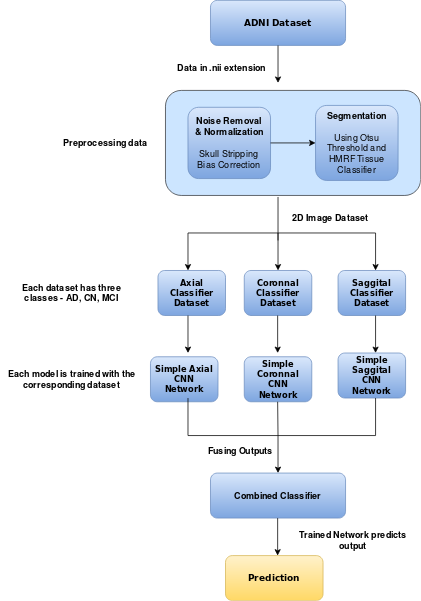
Above: Images/Multiple_Classifer_Architecture.png in natli-think/Alzheimers_Disease_Detection_Using_Deep_Learning (draw.io), before the change. Source tidied: cells renumbered, new cells last; positions are measured from the earlier drawing's top-left corner, leaving out a move shared by most shapes.
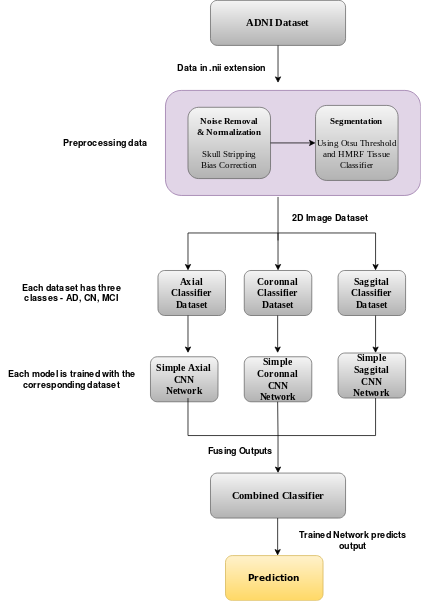
After the change.

Commit message:
Update flowchart-font

The edit, as a diff of the source:
```diff
@@ -2,7 +2,7 @@
   <root>
     <mxCell id="0" />
     <mxCell id="1" parent="0" />
-    <mxCell id="2" value="&lt;font face=&quot;Sans Serif&quot;&gt;&lt;b&gt;ADNI Dataset&lt;br&gt;&lt;/b&gt;&lt;/font&gt;" style="rounded=1;whiteSpace=wrap;html=1;fillColor=#dae8fc;gradientColor=#7ea6e0;strokeColor=#6c8ebf;" parent="1" vertex="1">
+    <mxCell id="2" value="&lt;font style=&quot;font-size: 14px&quot; face=&quot;Times New Roman&quot;&gt;&lt;b&gt;ADNI Dataset&lt;br&gt;&lt;/b&gt;&lt;/font&gt;" style="rounded=1;whiteSpace=wrap;html=1;fillColor=#f5f5f5;gradientColor=#b3b3b3;strokeColor=#666666;" parent="1" vertex="1">
       <mxGeometry x="280" width="180" height="60" as="geometry" />
     </mxCell>
     <mxCell id="3" style="endArrow=classic;html=1;strokeColor=#000000;fillColor=#000000;exitX=0.5;exitY=1;exitDx=0;exitDy=0;" parent="1" edge="1" source="2">
@@ -13,13 +13,13 @@
     <mxCell id="4" value="&lt;b&gt;Data in .nii extension&lt;/b&gt;" style="text;html=1;strokeColor=none;fillColor=none;align=center;verticalAlign=middle;whiteSpace=wrap;rounded=0;" parent="1" vertex="1">
       <mxGeometry x="230" y="80" width="130" height="20" as="geometry" />
     </mxCell>
-    <mxCell id="5" style="rounded=1;whiteSpace=wrap;html=1;fillColor=#cce5ff;strokeColor=#36393d;" parent="1" vertex="1">
+    <mxCell id="5" style="rounded=1;whiteSpace=wrap;html=1;fillColor=#e1d5e7;strokeColor=#9673a6;" parent="1" vertex="1">
       <mxGeometry x="220" y="120" width="340" height="140" as="geometry" />
     </mxCell>
-    <mxCell id="6" value="&lt;div&gt;&lt;b&gt;Noise Removal&lt;/b&gt;&lt;/div&gt;&lt;div&gt;&lt;b&gt;&amp;amp; Normalization&lt;/b&gt;&lt;br&gt;&lt;/div&gt;&lt;div&gt;&lt;br&gt;&lt;/div&gt;&lt;div&gt;Skull Stripping&lt;/div&gt;&lt;div&gt;Bias Correction&lt;br&gt;&lt;/div&gt;" style="rounded=1;whiteSpace=wrap;html=1;fillColor=#dae8fc;gradientColor=#7ea6e0;strokeColor=#6c8ebf;" parent="1" vertex="1">
+    <mxCell id="6" value="&lt;div&gt;&lt;font face=&quot;Times New Roman&quot;&gt;&lt;b&gt;Noise Removal&lt;/b&gt;&lt;/font&gt;&lt;/div&gt;&lt;div&gt;&lt;font face=&quot;Times New Roman&quot;&gt;&lt;b&gt;&amp;amp; Normalization&lt;/b&gt;&lt;br&gt;&lt;/font&gt;&lt;/div&gt;&lt;div&gt;&lt;font face=&quot;Times New Roman&quot;&gt;&lt;br&gt;&lt;/font&gt;&lt;/div&gt;&lt;div&gt;&lt;font face=&quot;Times New Roman&quot;&gt;Skull Stripping&lt;/font&gt;&lt;/div&gt;&lt;div&gt;&lt;font face=&quot;Times New Roman&quot;&gt;Bias Correction&lt;br&gt;&lt;/font&gt;&lt;/div&gt;" style="rounded=1;whiteSpace=wrap;html=1;fillColor=#f5f5f5;gradientColor=#b3b3b3;strokeColor=#666666;" parent="1" vertex="1">
       <mxGeometry x="250" y="142.5" width="110" height="95" as="geometry" />
     </mxCell>
-    <mxCell id="7" value="&lt;div&gt;&lt;b&gt;Segmentation&lt;br&gt;&lt;/b&gt;&lt;/div&gt;&lt;div&gt;&lt;br&gt;&lt;/div&gt;&lt;div&gt;Using Otsu Threshold and HMRF Tissue Classifier&lt;br&gt;&lt;/div&gt;" style="rounded=1;whiteSpace=wrap;html=1;fillColor=#dae8fc;gradientColor=#7ea6e0;strokeColor=#6c8ebf;" parent="1" vertex="1">
+    <mxCell id="7" value="&lt;div&gt;&lt;font face=&quot;Times New Roman&quot;&gt;&lt;b&gt;Segmentation&lt;br&gt;&lt;/b&gt;&lt;/font&gt;&lt;/div&gt;&lt;div&gt;&lt;font face=&quot;Times New Roman&quot;&gt;&lt;br&gt;&lt;/font&gt;&lt;/div&gt;&lt;div&gt;&lt;font face=&quot;Times New Roman&quot;&gt;Using Otsu Threshold and HMRF Tissue Classifier&lt;br&gt;&lt;/font&gt;&lt;/div&gt;" style="rounded=1;whiteSpace=wrap;html=1;fillColor=#f5f5f5;gradientColor=#b3b3b3;strokeColor=#666666;" parent="1" vertex="1">
       <mxGeometry x="420" y="140" width="110" height="100" as="geometry" />
     </mxCell>
     <mxCell id="8" style="endArrow=classic;html=1;strokeColor=#000000;fillColor=#000000;" parent="1" edge="1" source="5">
@@ -68,13 +68,13 @@
     <mxCell id="16" value="&lt;b&gt;2D Image Dataset&lt;/b&gt;" style="text;html=1;strokeColor=none;fillColor=none;align=center;verticalAlign=middle;whiteSpace=wrap;rounded=0;" parent="1" vertex="1">
       <mxGeometry x="360" y="280" width="160" height="20" as="geometry" />
     </mxCell>
-    <mxCell id="17" value="&lt;div style=&quot;font-size: 11px&quot;&gt;&lt;font face=&quot;Sans Serif&quot;&gt;&lt;b&gt;&lt;font style=&quot;font-size: 11px&quot;&gt;Axial&lt;/font&gt;&lt;/b&gt;&lt;/font&gt;&lt;/div&gt;&lt;div style=&quot;font-size: 11px&quot;&gt;&lt;font face=&quot;Sans Serif&quot;&gt;&lt;b&gt;&lt;font style=&quot;font-size: 11px&quot;&gt;Classifier&lt;/font&gt;&lt;/b&gt;&lt;/font&gt;&lt;/div&gt;&lt;div style=&quot;font-size: 11px&quot;&gt;&lt;font face=&quot;Sans Serif&quot;&gt;&lt;b&gt;&lt;font style=&quot;font-size: 11px&quot;&gt;Dataset&lt;/font&gt;&lt;/b&gt;&lt;/font&gt;&lt;br&gt;&lt;/div&gt;" style="rounded=1;whiteSpace=wrap;html=1;fillColor=#dae8fc;gradientColor=#7ea6e0;strokeColor=#6c8ebf;" parent="1" vertex="1">
+    <mxCell id="17" value="&lt;div style=&quot;font-size: 13px&quot;&gt;&lt;font style=&quot;font-size: 13px&quot; face=&quot;Times New Roman&quot;&gt;&lt;b&gt;&lt;font style=&quot;font-size: 13px&quot;&gt;Axial&lt;/font&gt;&lt;/b&gt;&lt;/font&gt;&lt;/div&gt;&lt;div style=&quot;font-size: 13px&quot;&gt;&lt;font style=&quot;font-size: 13px&quot; face=&quot;Times New Roman&quot;&gt;&lt;b&gt;&lt;font style=&quot;font-size: 13px&quot;&gt;Classifier&lt;/font&gt;&lt;/b&gt;&lt;/font&gt;&lt;/div&gt;&lt;div style=&quot;font-size: 13px&quot;&gt;&lt;font style=&quot;font-size: 13px&quot; face=&quot;Times New Roman&quot;&gt;&lt;b&gt;&lt;font style=&quot;font-size: 13px&quot;&gt;Dataset&lt;/font&gt;&lt;/b&gt;&lt;br&gt;&lt;/font&gt;&lt;/div&gt;" style="rounded=1;whiteSpace=wrap;html=1;fillColor=#f5f5f5;gradientColor=#b3b3b3;strokeColor=#666666;" parent="1" vertex="1">
       <mxGeometry x="210" y="360" width="90" height="60" as="geometry" />
     </mxCell>
-    <mxCell id="18" value="&lt;div style=&quot;font-size: 11px&quot;&gt;&lt;font face=&quot;Sans Serif&quot;&gt;&lt;b&gt;&lt;font style=&quot;font-size: 11px&quot;&gt;Coronnal&lt;/font&gt;&lt;/b&gt;&lt;/font&gt;&lt;/div&gt;&lt;div style=&quot;font-size: 11px&quot;&gt;&lt;font face=&quot;Sans Serif&quot;&gt;&lt;b&gt;&lt;font style=&quot;font-size: 11px&quot;&gt;Classifier&lt;/font&gt;&lt;/b&gt;&lt;/font&gt;&lt;/div&gt;&lt;div style=&quot;font-size: 11px&quot;&gt;&lt;font face=&quot;Sans Serif&quot;&gt;&lt;b&gt;&lt;font style=&quot;font-size: 11px&quot;&gt;Dataset&lt;/font&gt;&lt;/b&gt;&lt;/font&gt;&lt;br&gt;&lt;/div&gt;" style="rounded=1;whiteSpace=wrap;html=1;fillColor=#dae8fc;gradientColor=#7ea6e0;strokeColor=#6c8ebf;" parent="1" vertex="1">
+    <mxCell id="18" value="&lt;div style=&quot;font-size: 13px&quot;&gt;&lt;font style=&quot;font-size: 13px&quot; face=&quot;Times New Roman&quot;&gt;&lt;b&gt;&lt;font style=&quot;font-size: 13px&quot;&gt;Coronnal&lt;/font&gt;&lt;/b&gt;&lt;/font&gt;&lt;/div&gt;&lt;div style=&quot;font-size: 13px&quot;&gt;&lt;font style=&quot;font-size: 13px&quot; face=&quot;Times New Roman&quot;&gt;&lt;b&gt;&lt;font style=&quot;font-size: 13px&quot;&gt;Classifier&lt;/font&gt;&lt;/b&gt;&lt;/font&gt;&lt;/div&gt;&lt;div style=&quot;font-size: 13px&quot;&gt;&lt;font style=&quot;font-size: 13px&quot; face=&quot;Times New Roman&quot;&gt;&lt;b&gt;&lt;font style=&quot;font-size: 13px&quot;&gt;Dataset&lt;/font&gt;&lt;/b&gt;&lt;br&gt;&lt;/font&gt;&lt;/div&gt;" style="rounded=1;whiteSpace=wrap;html=1;fillColor=#f5f5f5;gradientColor=#b3b3b3;strokeColor=#666666;" parent="1" vertex="1">
       <mxGeometry x="325" y="360" width="90" height="60" as="geometry" />
     </mxCell>
-    <mxCell id="19" value="&lt;div style=&quot;font-size: 11px&quot;&gt;&lt;font face=&quot;Sans Serif&quot;&gt;&lt;b&gt;&lt;font style=&quot;font-size: 11px&quot;&gt;Saggital&lt;/font&gt;&lt;/b&gt;&lt;/font&gt;&lt;/div&gt;&lt;div style=&quot;font-size: 11px&quot;&gt;&lt;font face=&quot;Sans Serif&quot;&gt;&lt;b&gt;&lt;font style=&quot;font-size: 11px&quot;&gt;Classifier&lt;/font&gt;&lt;/b&gt;&lt;/font&gt;&lt;/div&gt;&lt;div style=&quot;font-size: 11px&quot;&gt;&lt;font face=&quot;Sans Serif&quot;&gt;&lt;b&gt;&lt;font style=&quot;font-size: 11px&quot;&gt;Dataset&lt;/font&gt;&lt;/b&gt;&lt;/font&gt;&lt;br&gt;&lt;/div&gt;" style="rounded=1;whiteSpace=wrap;html=1;fillColor=#dae8fc;gradientColor=#7ea6e0;strokeColor=#6c8ebf;" parent="1" vertex="1">
+    <mxCell id="19" value="&lt;div style=&quot;font-size: 13px&quot;&gt;&lt;font style=&quot;font-size: 13px&quot; face=&quot;Times New Roman&quot;&gt;&lt;b&gt;&lt;font style=&quot;font-size: 13px&quot;&gt;Saggital&lt;/font&gt;&lt;/b&gt;&lt;/font&gt;&lt;/div&gt;&lt;div style=&quot;font-size: 13px&quot;&gt;&lt;font style=&quot;font-size: 13px&quot; face=&quot;Times New Roman&quot;&gt;&lt;b&gt;&lt;font style=&quot;font-size: 13px&quot;&gt;Classifier&lt;/font&gt;&lt;/b&gt;&lt;/font&gt;&lt;/div&gt;&lt;div style=&quot;font-size: 13px&quot;&gt;&lt;font style=&quot;font-size: 13px&quot; face=&quot;Times New Roman&quot;&gt;&lt;b&gt;&lt;font style=&quot;font-size: 13px&quot;&gt;Dataset&lt;/font&gt;&lt;/b&gt;&lt;br&gt;&lt;/font&gt;&lt;/div&gt;" style="rounded=1;whiteSpace=wrap;html=1;fillColor=#f5f5f5;gradientColor=#b3b3b3;strokeColor=#666666;" parent="1" vertex="1">
       <mxGeometry x="450" y="360" width="90" height="60" as="geometry" />
     </mxCell>
     <mxCell id="20" value="&lt;b&gt;Each dataset has three classes - AD, CN, MCI&lt;/b&gt;" style="text;html=1;strokeColor=none;fillColor=none;align=center;verticalAlign=middle;whiteSpace=wrap;rounded=0;" parent="1" vertex="1">
@@ -98,13 +98,13 @@
         <mxPoint x="500" y="470" as="targetPoint" />
       </mxGeometry>
     </mxCell>
-    <mxCell id="24" value="&lt;div style=&quot;font-size: 11px&quot;&gt;&lt;font face=&quot;Sans Serif&quot;&gt;&lt;b&gt;&lt;font style=&quot;font-size: 11px&quot;&gt;Simple Axial&lt;/font&gt;&lt;/b&gt;&lt;/font&gt;&lt;/div&gt;&lt;div style=&quot;font-size: 11px&quot;&gt;&lt;font face=&quot;Sans Serif&quot;&gt;&lt;b&gt;&lt;font style=&quot;font-size: 11px&quot;&gt;CNN&lt;/font&gt;&lt;/b&gt;&lt;/font&gt;&lt;/div&gt;&lt;div style=&quot;font-size: 11px&quot;&gt;&lt;font face=&quot;Sans Serif&quot;&gt;&lt;b&gt;Network&lt;/b&gt;&lt;/font&gt;&lt;br&gt;&lt;/div&gt;" style="rounded=1;whiteSpace=wrap;html=1;fillColor=#dae8fc;gradientColor=#7ea6e0;strokeColor=#6c8ebf;" parent="1" vertex="1">
+    <mxCell id="24" value="&lt;div style=&quot;font-size: 13px&quot;&gt;&lt;font style=&quot;font-size: 13px&quot; face=&quot;Times New Roman&quot;&gt;&lt;b&gt;&lt;font style=&quot;font-size: 13px&quot;&gt;Simple Axial&lt;/font&gt;&lt;/b&gt;&lt;/font&gt;&lt;/div&gt;&lt;div style=&quot;font-size: 13px&quot;&gt;&lt;font style=&quot;font-size: 13px&quot; face=&quot;Times New Roman&quot;&gt;&lt;b&gt;&lt;font style=&quot;font-size: 13px&quot;&gt;CNN&lt;/font&gt;&lt;/b&gt;&lt;/font&gt;&lt;/div&gt;&lt;div style=&quot;font-size: 13px&quot;&gt;&lt;font style=&quot;font-size: 13px&quot; face=&quot;Times New Roman&quot;&gt;&lt;b&gt;Network&lt;/b&gt;&lt;br&gt;&lt;/font&gt;&lt;/div&gt;" style="rounded=1;whiteSpace=wrap;html=1;fillColor=#f5f5f5;gradientColor=#b3b3b3;strokeColor=#666666;" parent="1" vertex="1">
       <mxGeometry x="200" y="475" width="90" height="60" as="geometry" />
     </mxCell>
-    <mxCell id="25" value="&lt;div style=&quot;font-size: 11px&quot;&gt;&lt;font face=&quot;Sans Serif&quot;&gt;&lt;b&gt;&lt;font style=&quot;font-size: 11px&quot;&gt;Simple Coronnal&lt;/font&gt;&lt;/b&gt;&lt;/font&gt;&lt;/div&gt;&lt;div style=&quot;font-size: 11px&quot;&gt;&lt;font face=&quot;Sans Serif&quot;&gt;&lt;b&gt;&lt;font style=&quot;font-size: 11px&quot;&gt;CNN&lt;/font&gt;&lt;/b&gt;&lt;/font&gt;&lt;/div&gt;&lt;div style=&quot;font-size: 11px&quot;&gt;&lt;font face=&quot;Sans Serif&quot;&gt;&lt;b&gt;Network&lt;/b&gt;&lt;/font&gt;&lt;br&gt;&lt;/div&gt;" style="rounded=1;whiteSpace=wrap;html=1;fillColor=#dae8fc;gradientColor=#7ea6e0;strokeColor=#6c8ebf;" parent="1" vertex="1">
+    <mxCell id="25" value="&lt;div style=&quot;font-size: 13px&quot;&gt;&lt;font style=&quot;font-size: 13px&quot; face=&quot;Times New Roman&quot;&gt;&lt;b&gt;&lt;font style=&quot;font-size: 13px&quot;&gt;Simple Coronnal&lt;/font&gt;&lt;/b&gt;&lt;/font&gt;&lt;/div&gt;&lt;div style=&quot;font-size: 13px&quot;&gt;&lt;font style=&quot;font-size: 13px&quot; face=&quot;Times New Roman&quot;&gt;&lt;b&gt;&lt;font style=&quot;font-size: 13px&quot;&gt;CNN&lt;/font&gt;&lt;/b&gt;&lt;/font&gt;&lt;/div&gt;&lt;div style=&quot;font-size: 13px&quot;&gt;&lt;font style=&quot;font-size: 13px&quot; face=&quot;Times New Roman&quot;&gt;&lt;b&gt;Network&lt;/b&gt;&lt;br&gt;&lt;/font&gt;&lt;/div&gt;" style="rounded=1;whiteSpace=wrap;html=1;fillColor=#f5f5f5;gradientColor=#b3b3b3;strokeColor=#666666;" parent="1" vertex="1">
       <mxGeometry x="325" y="475" width="90" height="60" as="geometry" />
     </mxCell>
-    <mxCell id="26" value="&lt;div style=&quot;font-size: 11px&quot;&gt;&lt;font face=&quot;Sans Serif&quot;&gt;&lt;b&gt;&lt;font style=&quot;font-size: 11px&quot;&gt;Simple Saggital&lt;/font&gt;&lt;/b&gt;&lt;/font&gt;&lt;/div&gt;&lt;div style=&quot;font-size: 11px&quot;&gt;&lt;font face=&quot;Sans Serif&quot;&gt;&lt;b&gt;&lt;font style=&quot;font-size: 11px&quot;&gt;CNN&lt;/font&gt;&lt;/b&gt;&lt;/font&gt;&lt;/div&gt;&lt;div style=&quot;font-size: 11px&quot;&gt;&lt;font face=&quot;Sans Serif&quot;&gt;&lt;b&gt;Network&lt;/b&gt;&lt;/font&gt;&lt;br&gt;&lt;/div&gt;" style="rounded=1;whiteSpace=wrap;html=1;fillColor=#dae8fc;gradientColor=#7ea6e0;strokeColor=#6c8ebf;" parent="1" vertex="1">
+    <mxCell id="26" value="&lt;div style=&quot;font-size: 13px&quot;&gt;&lt;font style=&quot;font-size: 13px&quot; face=&quot;Times New Roman&quot;&gt;&lt;b&gt;&lt;font style=&quot;font-size: 13px&quot;&gt;Simple Saggital&lt;/font&gt;&lt;/b&gt;&lt;/font&gt;&lt;/div&gt;&lt;div style=&quot;font-size: 13px&quot;&gt;&lt;font style=&quot;font-size: 13px&quot; face=&quot;Times New Roman&quot;&gt;&lt;b&gt;&lt;font style=&quot;font-size: 13px&quot;&gt;CNN&lt;/font&gt;&lt;/b&gt;&lt;/font&gt;&lt;/div&gt;&lt;div style=&quot;font-size: 13px&quot;&gt;&lt;font style=&quot;font-size: 13px&quot; face=&quot;Times New Roman&quot;&gt;&lt;b&gt;Network&lt;/b&gt;&lt;br&gt;&lt;/font&gt;&lt;/div&gt;" style="rounded=1;whiteSpace=wrap;html=1;fillColor=#f5f5f5;gradientColor=#b3b3b3;strokeColor=#666666;" parent="1" vertex="1">
       <mxGeometry x="450" y="470" width="90" height="60" as="geometry" />
     </mxCell>
     <mxCell id="27" style="endArrow=none;html=1;strokeColor=#000000;fillColor=#000000;entryX=0.5;entryY=1;entryDx=0;entryDy=0;" parent="1" edge="1">
@@ -140,7 +140,7 @@
     <mxCell id="32" value="&lt;div&gt;&lt;b&gt;Each model is trained with the&lt;/b&gt;&lt;/div&gt;&lt;div&gt;&lt;b&gt;corresponding dataset&lt;br&gt;&lt;/b&gt;&lt;/div&gt;" style="text;html=1;strokeColor=none;fillColor=none;align=center;verticalAlign=middle;whiteSpace=wrap;rounded=0;" parent="1" vertex="1">
       <mxGeometry y="495" width="190" height="20" as="geometry" />
     </mxCell>
-    <mxCell id="33" value="&lt;b&gt;Combined Classifier&lt;/b&gt;" style="rounded=1;whiteSpace=wrap;html=1;fillColor=#dae8fc;gradientColor=#7ea6e0;strokeColor=#6c8ebf;" parent="1" vertex="1">
+    <mxCell id="33" value="&lt;font style=&quot;font-size: 14px&quot; face=&quot;Times New Roman&quot;&gt;&lt;b&gt;Combined Classifier&lt;/b&gt;&lt;/font&gt;" style="rounded=1;whiteSpace=wrap;html=1;fillColor=#f5f5f5;gradientColor=#b3b3b3;strokeColor=#666666;" parent="1" vertex="1">
       <mxGeometry x="280" y="630" width="180" height="60" as="geometry" />
     </mxCell>
     <mxCell id="34" value="&lt;b&gt;Fusing Outputs&lt;/b&gt;" style="text;html=1;strokeColor=none;fillColor=none;align=center;verticalAlign=middle;whiteSpace=wrap;rounded=0;" parent="1" vertex="1">
```
